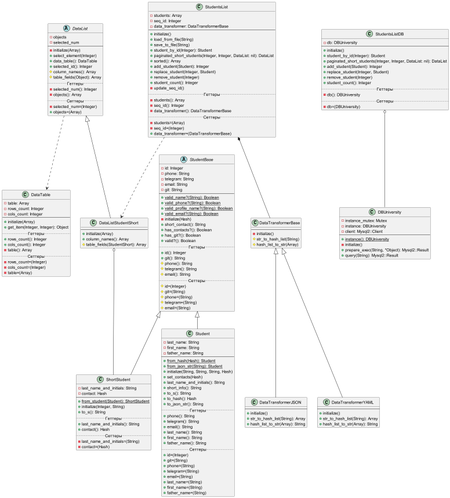
This is Diagrams/lab2.png from r1411/PatternsLabs, a PlantUML export, as it was before one commit.
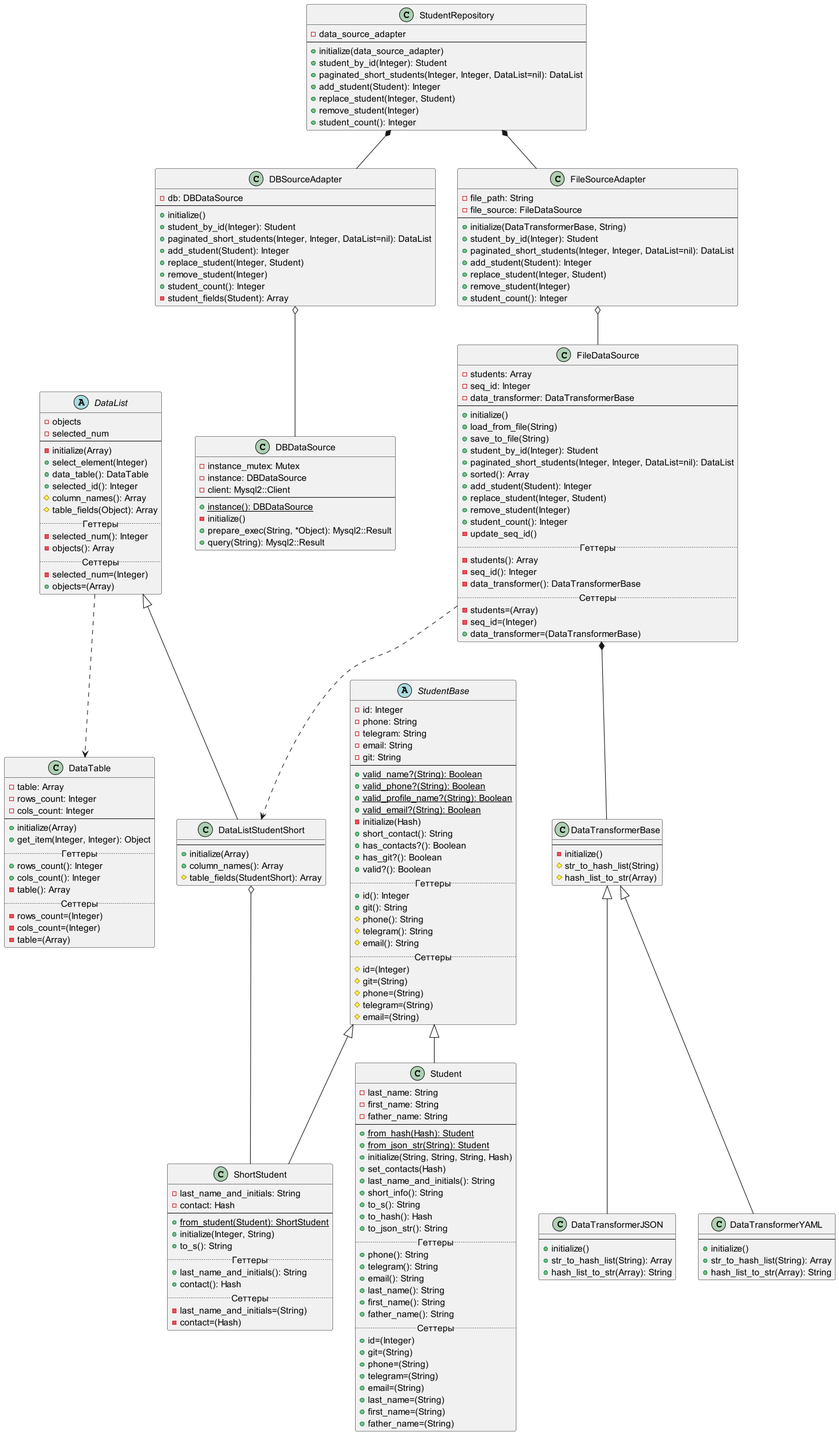
After the change.

Diff of the diagram source:
```diff
@@ -1,10 +1,13 @@
 @startuml
 
 DataList ..> DataTable
-StudentsList *-- DataTransformerBase
-StudentsList ..> DataListStudentShort
+FileDataSource *-- DataTransformerBase
+FileDataSource ..> DataListStudentShort
 DataListStudentShort o-- ShortStudent
-StudentsListDB o-- DBUniversity
+DBSourceAdapter o-- DBDataSource
+FileSourceAdapter o-- FileDataSource
+StudentRepository *-- DBSourceAdapter
+StudentRepository *-- FileSourceAdapter
 
 abstract class StudentBase {
     -id: Integer
@@ -125,32 +128,6 @@
     #table_fields(StudentShort): Array
 }
 
-class StudentsList {
-    -students: Array
-    -seq_id: Integer
-    -data_transformer: DataTransformerBase
-    --
-    +initialize()
-    +load_from_file(String)
-    +save_to_file(String)
-    +student_by_id(Integer): Student
-    +paginated_short_students(Integer, Integer, DataList: nil): DataList
-    +sorted(): Array
-    +add_student(Student): Integer
-    +replace_student(Integer, Student)
-    +remove_student(Integer)
-    +student_count(): Integer
-    -update_seq_id()
-    .. Геттеры ..
-    -students(): Array
-    -seq_id(): Integer
-    -data_transformer(): DataTransformerBase
-    .. Сеттеры ..
-    -students=(Array)
-    -seq_id=(Integer)
-    +data_transformer=(DataTransformerBase)
-}
-
 class DataTransformerBase {
     --
     -initialize()
@@ -172,31 +149,79 @@
     +hash_list_to_str(Array): String
 }
 
-class DBUniversity {
+class DBDataSource {
     -instance_mutex: Mutex
-    -instance: DBUniversity
+    -instance: DBDataSource
     -client: Mysql2::Client
     --
-    +{static}instance(): DBUniversity
+    +{static}instance(): DBDataSource
     -initialize()
     +prepare_exec(String, *Object): Mysql2::Result
     +query(String): Mysql2::Result
 }
 
-class StudentsListDB {
-    -db: DBUniversity
+class FileDataSource {
+    -students: Array
+    -seq_id: Integer
+    -data_transformer: DataTransformerBase
     --
     +initialize()
+    +load_from_file(String)
+    +save_to_file(String)
     +student_by_id(Integer): Student
-    +paginated_short_students(Integer, Integer, DataList: nil): DataList
+    +paginated_short_students(Integer, Integer, DataList=nil): DataList
+    +sorted(): Array
     +add_student(Student): Integer
     +replace_student(Integer, Student)
     +remove_student(Integer)
     +student_count(): Integer
+    -update_seq_id()
     .. Геттеры ..
-    -db(): DBUniversity
+    -students(): Array
+    -seq_id(): Integer
+    -data_transformer(): DataTransformerBase
     .. Сеттеры ..
-    -db=(DBUniversity)
+    -students=(Array)
+    -seq_id=(Integer)
+    +data_transformer=(DataTransformerBase)
+}
+
+class DBSourceAdapter {
+    -db: DBDataSource
+    --
+    +initialize()
+    +student_by_id(Integer): Student
+    +paginated_short_students(Integer, Integer, DataList=nil): DataList
+    +add_student(Student): Integer
+    +replace_student(Integer, Student)
+    +remove_student(Integer)
+    +student_count(): Integer
+    -student_fields(Student): Array
+}
+
+class FileSourceAdapter {
+    -file_path: String
+    -file_source: FileDataSource
+    --
+    +initialize(DataTransformerBase, String)
+    +student_by_id(Integer): Student
+    +paginated_short_students(Integer, Integer, DataList=nil): DataList
+    +add_student(Student): Integer
+    +replace_student(Integer, Student)
+    +remove_student(Integer)
+    +student_count(): Integer
+}
+
+class StudentRepository {
+    -data_source_adapter
+    --
+    +initialize(data_source_adapter)
+    +student_by_id(Integer): Student
+    +paginated_short_students(Integer, Integer, DataList=nil): DataList
+    +add_student(Student): Integer
+    +replace_student(Integer, Student)
+    +remove_student(Integer)
+    +student_count(): Integer
 }
 
 @enduml
```
